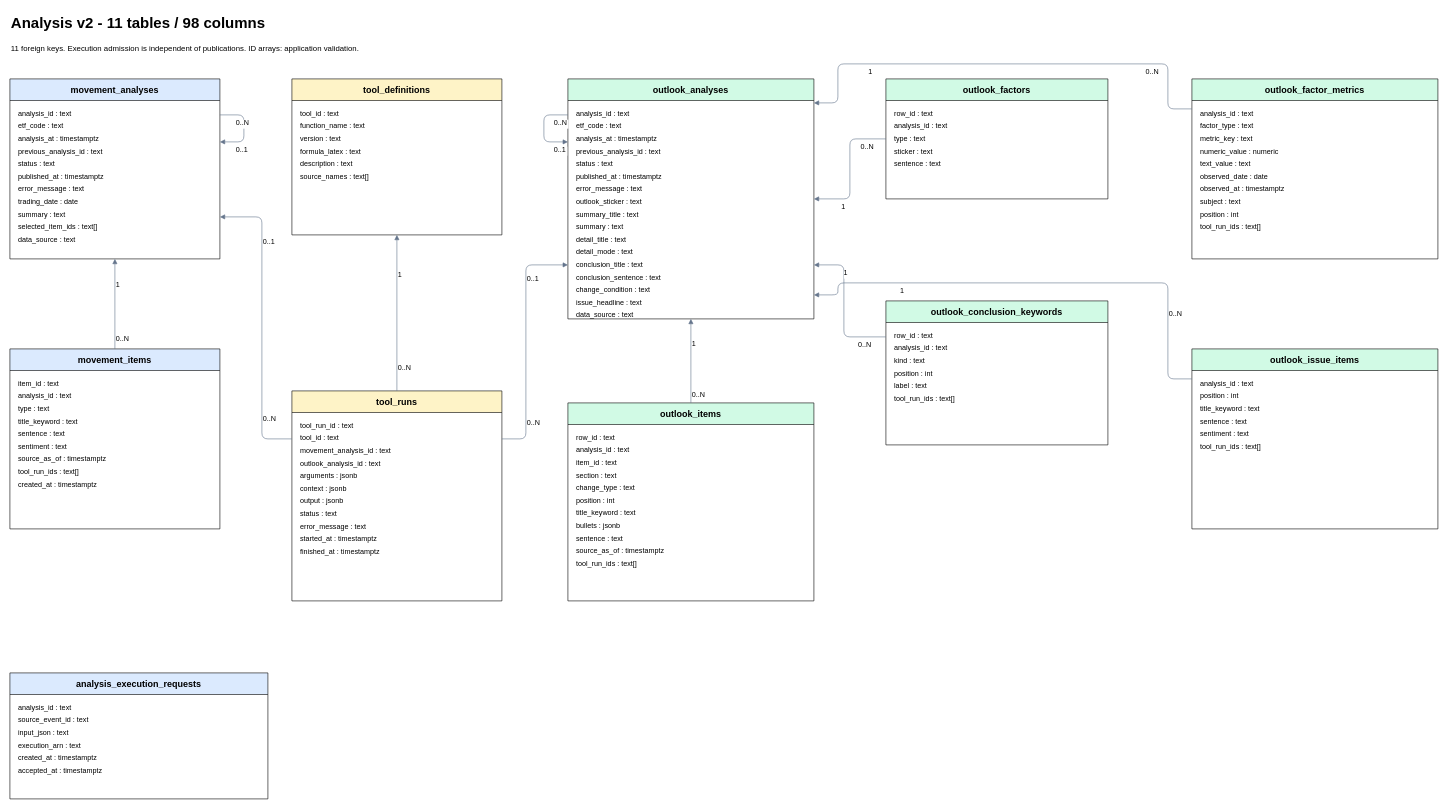
The draw.io diagram docs/data-model/domains/analysis-v2/erd.drawio in alphaeveryday/edge, before the edit. Source tidied: cells renumbered, new cells numbered last; positions are measured from the earlier drawing's top-left corner, leaving out a move shared by most shapes. Both pictures are drawn from the tidied source at 60%, with x=0, y=0 at pixel (10, 10).
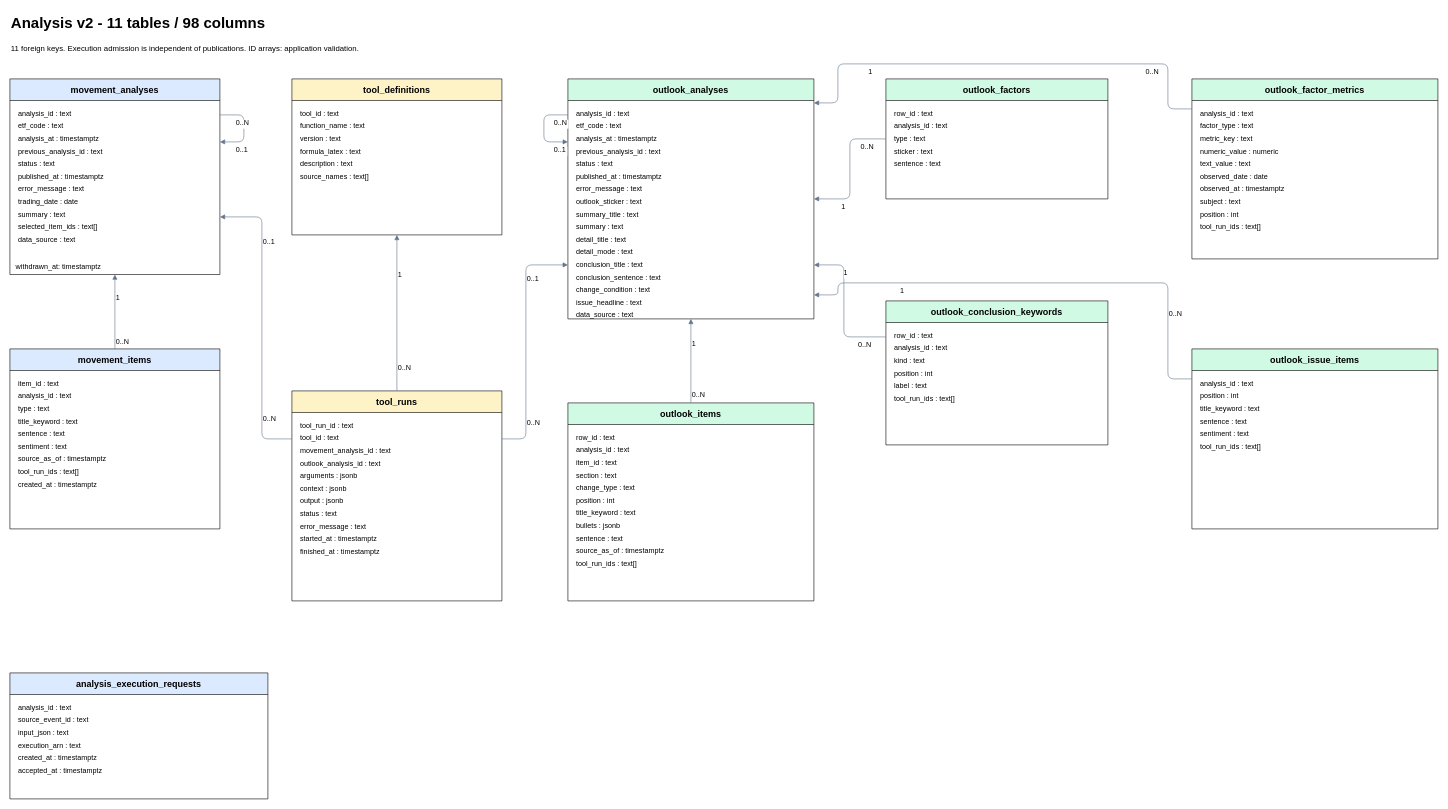
Above is the later version.

What changed in the source:
```diff
@@
     <mxCell id="4" value="movement_analyses" style="swimlane;html=0;startSize=36;fillColor=#dbeafe;fontSize=15;" parent="1" vertex="1">
-      <mxGeometry y="115" width="350" height="300" as="geometry" />
+      <mxGeometry y="115" width="350" height="326" as="geometry" />
     </mxCell>
@@
+    <mxCell id="146" value="withdrawn_at: timestamptz" style="text;html=0;align=left;spacingLeft=8;" parent="4" vertex="1">
+      <mxGeometry y="300" width="350" height="24" as="geometry" />
+    </mxCell>
```
